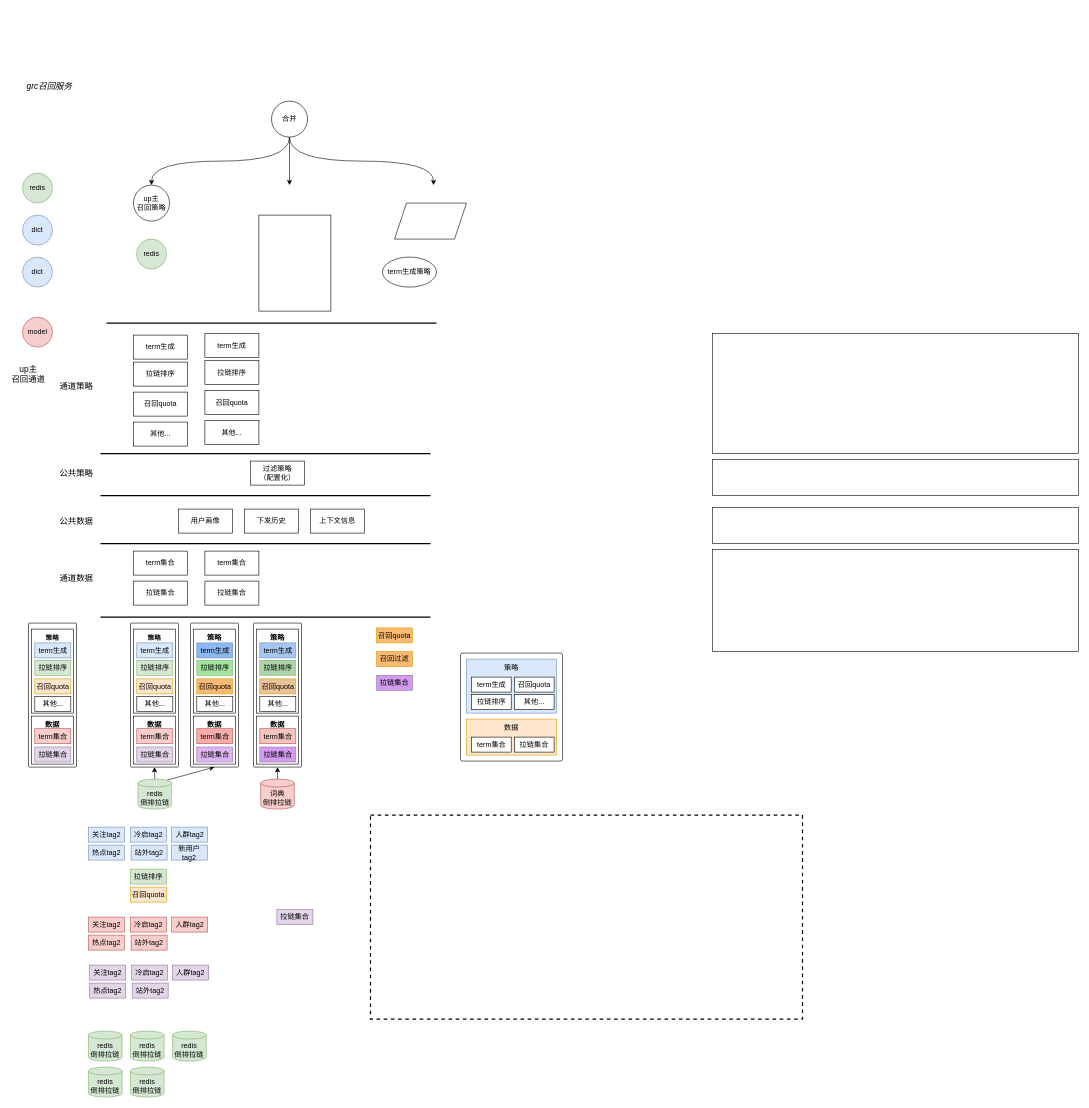
yantao006/draw_io keeps this draw.io diagram as page "单源召回通道框架" (1 of 2) of multi-source-recall.drawio. Above is the earlier version. Source tidied: cells renumbered, new cells numbered last; positions are measured from the earlier drawing's top-left corner, leaving out a move shared by most shapes. Both pictures are drawn from the tidied source at 60%, with x=0, y=0 at pixel (10, 77).
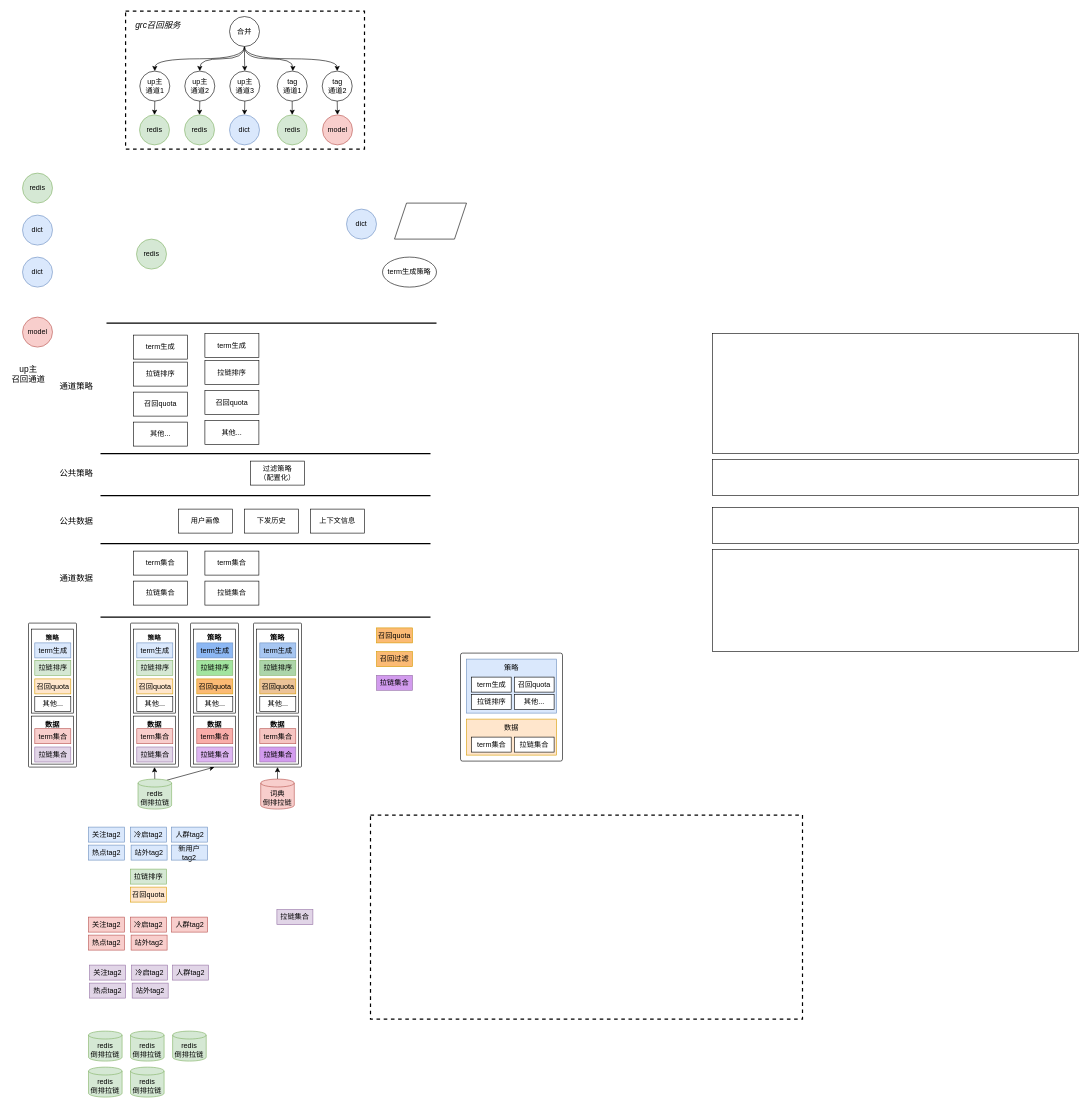
The same diagram, later.

The edit, as a diff of the source:
```diff
@@
+    <mxCell id="19" style="rounded=0;whiteSpace=wrap;html=1;dashed=1;strokeWidth=2;" parent="1" vertex="1">
+      <mxGeometry x="191.8" y="-110" width="398.2" height="230" as="geometry" />
+    </mxCell>
@@
-    <mxCell id="7" style="edgeStyle=orthogonalEdgeStyle;rounded=0;jettySize=auto;html=1;exitX=0.5;exitY=1;exitDx=0;exitDy=0;entryX=0.5;entryY=0;entryDx=0;entryDy=0;" parent="1" edge="1" source="10">
+    <mxCell id="7" style="edgeStyle=orthogonalEdgeStyle;rounded=0;jettySize=auto;html=1;exitX=0.5;exitY=1;exitDx=0;exitDy=0;entryX=0.5;entryY=0;entryDx=0;entryDy=0;curved=1;" parent="1" edge="1" source="10">
       <mxGeometry relative="1" as="geometry">
-        <mxPoint x="465" y="180" as="targetPoint" />
+        <mxPoint x="470.5" y="-10" as="targetPoint" />
       </mxGeometry>
     </mxCell>
@@
-    <mxCell id="9" style="rounded=0;jettySize=auto;html=1;exitX=0.5;exitY=1;exitDx=0;exitDy=0;entryX=0.5;entryY=0;entryDx=0;entryDy=0;edgeStyle=orthogonalEdgeStyle;curved=1;" parent="1" edge="1" source="10">
-      <mxGeometry relative="1" as="geometry">
-        <mxPoint x="705" y="180" as="targetPoint" />
-      </mxGeometry>
+    <mxCell id="9" style="rounded=0;jettySize=auto;html=1;exitX=0.5;exitY=1;exitDx=0;exitDy=0;edgeStyle=orthogonalEdgeStyle;curved=1;" parent="1" edge="1" source="10" target="142">
+      <mxGeometry relative="1" as="geometry" />
     </mxCell>
+    <mxCell id="127" style="edgeStyle=orthogonalEdgeStyle;rounded=0;jettySize=auto;html=1;exitX=0.5;exitY=1;exitDx=0;exitDy=0;entryX=0.5;entryY=0;entryDx=0;entryDy=0;" parent="1" edge="1" source="10" target="136">
+      <mxGeometry relative="1" as="geometry" />
+    </mxCell>
+    <mxCell id="128" style="edgeStyle=orthogonalEdgeStyle;rounded=0;jettySize=auto;html=1;exitX=0.5;exitY=1;exitDx=0;exitDy=0;entryX=0.5;entryY=0;entryDx=0;entryDy=0;curved=1;" parent="1" edge="1" source="10" target="133">
+      <mxGeometry relative="1" as="geometry" />
+    </mxCell>
     <mxCell id="10" value="合并" style="ellipse;whiteSpace=wrap;html=1;" parent="1" vertex="1">
-      <mxGeometry x="435" y="40" width="60" height="60" as="geometry" />
+      <mxGeometry x="365" y="-101" width="50" height="50" as="geometry" />
     </mxCell>
@@
     <mxCell id="12" value="&lt;i&gt;grc召回服务&lt;/i&gt;" style="text;html=1;align=center;verticalAlign=middle;whiteSpace=wrap;rounded=0;fontSize=14;" parent="1" vertex="1">
-      <mxGeometry x="20" width="90" height="30" as="geometry" />
+      <mxGeometry x="201" y="-101" width="90" height="30" as="geometry" />
     </mxCell>
@@
+    <mxCell id="129" style="rounded=0;jettySize=auto;html=1;exitX=0.5;exitY=1;exitDx=0;exitDy=0;entryX=0.5;entryY=0;entryDx=0;entryDy=0;" parent="1" edge="1" source="15" target="130">
+      <mxGeometry relative="1" as="geometry" />
+    </mxCell>
-    <mxCell id="15" value="up主&lt;div&gt;召回策略&lt;/div&gt;" style="ellipse;whiteSpace=wrap;html=1;" parent="1" vertex="1">
-      <mxGeometry x="205" y="180" width="60" height="60" as="geometry" />
+    <mxCell id="15" value="up主&lt;div&gt;通道1&lt;/div&gt;" style="ellipse;whiteSpace=wrap;html=1;" parent="1" vertex="1">
+      <mxGeometry x="215.5" y="-10" width="50" height="50" as="geometry" />
     </mxCell>
@@
-    <mxCell id="19" style="rounded=0;whiteSpace=wrap;html=1;" parent="1" vertex="1">
-      <mxGeometry x="414" y="230" width="120" height="160" as="geometry" />
-    </mxCell>
@@
+    <mxCell id="130" value="redis" style="ellipse;whiteSpace=wrap;html=1;fillColor=#d5e8d4;strokeColor=#82b366;" parent="1" vertex="1">
+      <mxGeometry x="215" y="63" width="50" height="50" as="geometry" />
+    </mxCell>
+    <mxCell id="131" value="dict" style="ellipse;whiteSpace=wrap;html=1;fillColor=#dae8fc;strokeColor=#6c8ebf;" parent="1" vertex="1">
+      <mxGeometry x="560" y="220" width="50" height="50" as="geometry" />
+    </mxCell>
+    <mxCell id="132" style="rounded=0;jettySize=auto;html=1;exitX=0.5;exitY=1;exitDx=0;exitDy=0;entryX=0.5;entryY=0;entryDx=0;entryDy=0;" parent="1" edge="1" source="133" target="134">
+      <mxGeometry relative="1" as="geometry" />
+    </mxCell>
+    <mxCell id="133" value="up主&lt;div&gt;通道2&lt;/div&gt;" style="ellipse;whiteSpace=wrap;html=1;" parent="1" vertex="1">
+      <mxGeometry x="290.5" y="-10" width="50" height="50" as="geometry" />
+    </mxCell>
+    <mxCell id="134" value="redis" style="ellipse;whiteSpace=wrap;html=1;fillColor=#d5e8d4;strokeColor=#82b366;" parent="1" vertex="1">
+      <mxGeometry x="290" y="63" width="50" height="50" as="geometry" />
+    </mxCell>
+    <mxCell id="135" style="rounded=0;jettySize=auto;html=1;exitX=0.5;exitY=1;exitDx=0;exitDy=0;entryX=0.5;entryY=0;entryDx=0;entryDy=0;" parent="1" edge="1" source="136" target="137">
+      <mxGeometry relative="1" as="geometry" />
+    </mxCell>
+    <mxCell id="136" value="up主&lt;div&gt;通道3&lt;/div&gt;" style="ellipse;whiteSpace=wrap;html=1;" parent="1" vertex="1">
+      <mxGeometry x="365.5" y="-10" width="50" height="50" as="geometry" />
+    </mxCell>
+    <mxCell id="137" value="dict" style="ellipse;whiteSpace=wrap;html=1;fillColor=#dae8fc;strokeColor=#6c8ebf;" parent="1" vertex="1">
+      <mxGeometry x="365" y="63" width="50" height="50" as="geometry" />
+    </mxCell>
+    <mxCell id="138" style="rounded=0;jettySize=auto;html=1;exitX=0.5;exitY=1;exitDx=0;exitDy=0;entryX=0.5;entryY=0;entryDx=0;entryDy=0;" parent="1" edge="1" source="139" target="140">
+      <mxGeometry relative="1" as="geometry" />
+    </mxCell>
+    <mxCell id="139" value="tag&lt;br&gt;&lt;div&gt;通道1&lt;/div&gt;" style="ellipse;whiteSpace=wrap;html=1;" parent="1" vertex="1">
+      <mxGeometry x="444.5" y="-10" width="50" height="50" as="geometry" />
+    </mxCell>
+    <mxCell id="140" value="redis" style="ellipse;whiteSpace=wrap;html=1;fillColor=#d5e8d4;strokeColor=#82b366;" parent="1" vertex="1">
+      <mxGeometry x="444.5" y="63" width="50" height="50" as="geometry" />
+    </mxCell>
+    <mxCell id="141" style="edgeStyle=orthogonalEdgeStyle;rounded=0;jettySize=auto;html=1;exitX=0.5;exitY=1;exitDx=0;exitDy=0;entryX=0.5;entryY=0;entryDx=0;entryDy=0;" parent="1" edge="1" source="142" target="143">
+      <mxGeometry relative="1" as="geometry" />
+    </mxCell>
+    <mxCell id="142" value="tag&lt;br&gt;&lt;div&gt;通道2&lt;/div&gt;" style="ellipse;whiteSpace=wrap;html=1;" parent="1" vertex="1">
+      <mxGeometry x="519.5" y="-10" width="50" height="50" as="geometry" />
+    </mxCell>
+    <mxCell id="143" value="model" style="ellipse;whiteSpace=wrap;html=1;fillColor=#f8cecc;strokeColor=#b85450;" parent="1" vertex="1">
+      <mxGeometry x="520" y="63" width="50" height="50" as="geometry" />
+    </mxCell>
```
